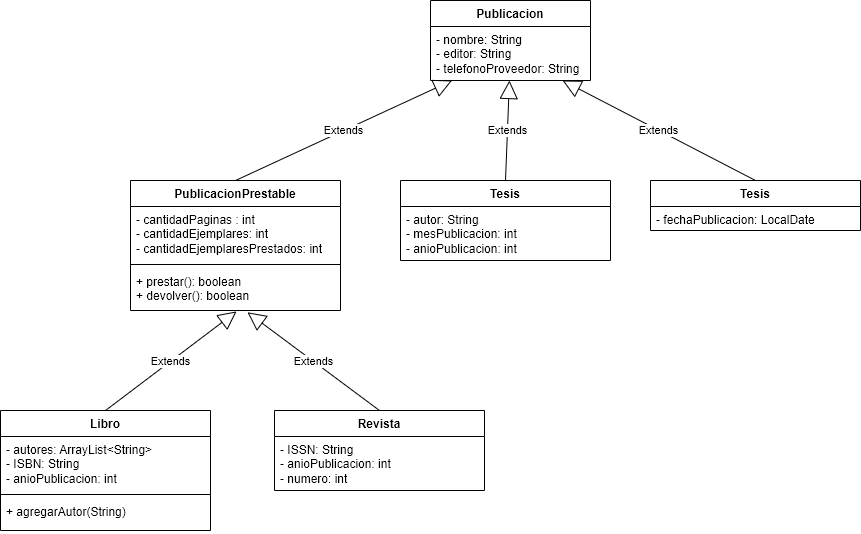
Before: src/ar/edu/unlu/poo/tp2/ej8/ej8DiagClasesUML.png, a diagram exported from draw.io (egreric/UNLu-POO-TP2). Source tidied: cells renumbered, new cells last; positions are measured from the earlier drawing's top-left corner, leaving out a move shared by most shapes.
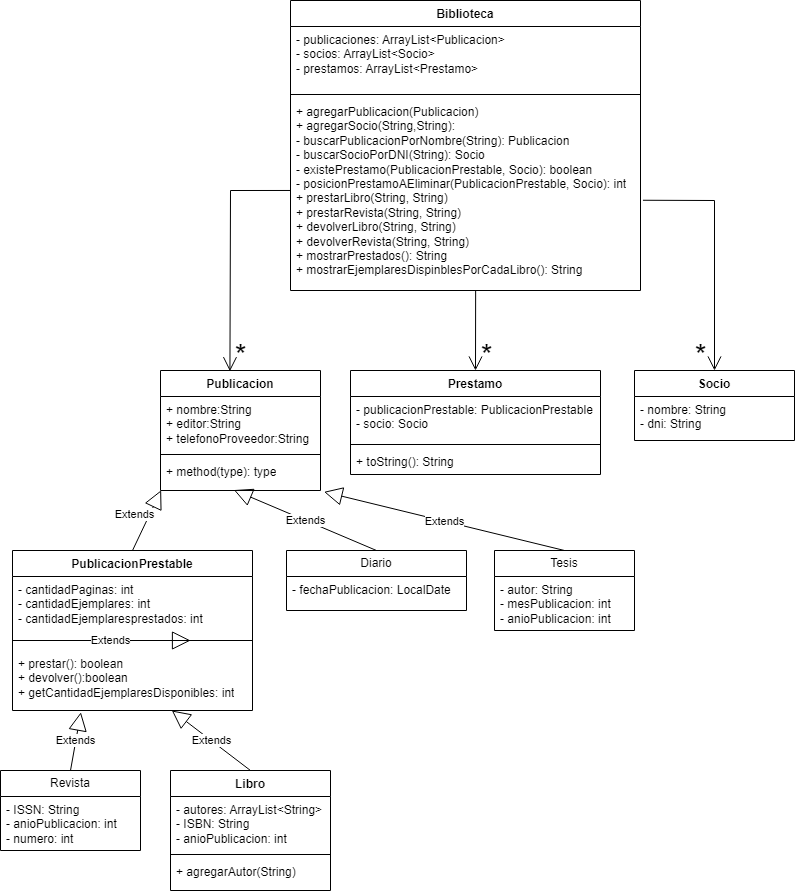
The same file after the commit.

Diff of the diagram source:
```diff
@@ -1,69 +1,137 @@
-<mxGraphModel>
+<mxGraphModel background="#ffffff">
   <root>
     <mxCell id="0" />
     <mxCell id="1" parent="0" />
+    <mxCell id="23" value="Biblioteca" style="swimlane;fontStyle=1;align=center;verticalAlign=top;horizontal=1;startSize=26;whiteSpace=wrap;html=1;" parent="1" vertex="1">
+      <mxGeometry x="90" y="-40" width="350" height="290" as="geometry" />
+    </mxCell>
+    <mxCell id="24" value="- publicaciones: ArrayList&amp;lt;Publicacion&amp;gt;&amp;nbsp;&lt;br&gt;- socios: ArrayList&amp;lt;Socio&amp;gt;&lt;br&gt;- prestamos: ArrayList&amp;lt;Prestamo&amp;gt;" style="text;strokeColor=none;fillColor=none;align=left;verticalAlign=top;spacingLeft=4;spacingRight=4;overflow=hidden;whiteSpace=wrap;html=1;" parent="23" vertex="1">
+      <mxGeometry y="26" width="350" height="64" as="geometry" />
+    </mxCell>
+    <mxCell id="25" style="line;strokeWidth=1;fillColor=none;align=left;verticalAlign=middle;spacingTop=-1;spacingLeft=3;spacingRight=3;labelPosition=right;strokeColor=inherit;" parent="23" vertex="1">
+      <mxGeometry y="90" width="350" height="8" as="geometry" />
+    </mxCell>
+    <mxCell id="26" value="+ agregarPublicacion(Publicacion)&lt;br&gt;+ agregarSocio(String,String):&lt;br&gt;- buscarPublicacionPorNombre(String): Publicacion&lt;br&gt;- buscarSocioPorDNI(String): Socio&lt;br&gt;- existePrestamo(PublicacionPrestable, Socio): boolean&lt;br&gt;- posicionPrestamoAEliminar(PublicacionPrestable, Socio): int&lt;br&gt;+ prestarLibro(String, String)&lt;br&gt;+ prestarRevista(String, String)&lt;br&gt;+ devolverLibro(String, String)&lt;br&gt;+ devolverRevista(String, String)&lt;br&gt;+ mostrarPrestados(): String&lt;br&gt;+ mostrarEjemplaresDispinblesPorCadaLibro(): String&lt;br&gt;" style="text;strokeColor=none;fillColor=none;align=left;verticalAlign=top;spacingLeft=4;spacingRight=4;overflow=hidden;points=[[0,0.5],[1,0.5]];portConstraint=eastwest;whiteSpace=wrap;html=1;" parent="23" vertex="1">
+      <mxGeometry y="98" width="350" height="192" as="geometry" />
+    </mxCell>
+    <mxCell id="4" value="PublicacionPrestable" style="swimlane;fontStyle=1;align=center;verticalAlign=top;horizontal=1;startSize=26;whiteSpace=wrap;html=1;" parent="1" vertex="1">
+      <mxGeometry x="-188" y="510" width="240" height="160" as="geometry" />
+    </mxCell>
+    <mxCell id="27" value="- cantidadPaginas: int&lt;br&gt;- cantidadEjemplares: int&lt;br&gt;- cantidadEjemplaresprestados: int" style="text;strokeColor=none;fillColor=none;align=left;verticalAlign=top;spacingLeft=4;spacingRight=4;overflow=hidden;whiteSpace=wrap;html=1;" parent="4" vertex="1">
+      <mxGeometry y="26" width="240" height="54" as="geometry" />
+    </mxCell>
+    <mxCell id="28" style="line;strokeWidth=1;fillColor=none;align=left;verticalAlign=middle;spacingTop=-1;spacingLeft=3;spacingRight=3;labelPosition=right;strokeColor=inherit;" parent="4" vertex="1">
+      <mxGeometry y="80" width="240" height="20" as="geometry" />
+    </mxCell>
+    <mxCell id="29" value="+ prestar(): boolean&lt;br&gt;+ devolver():boolean&lt;br&gt;+ getCantidadEjemplaresDisponibles: int" style="text;strokeColor=none;fillColor=none;align=left;verticalAlign=top;spacingLeft=4;spacingRight=4;overflow=hidden;points=[[0,0.5],[1,0.5]];portConstraint=eastwest;whiteSpace=wrap;html=1;" parent="4" vertex="1">
+      <mxGeometry y="100" width="240" height="60" as="geometry" />
+    </mxCell>
     <mxCell id="2" value="Publicacion" style="swimlane;fontStyle=1;align=center;verticalAlign=top;horizontal=1;startSize=26;whiteSpace=wrap;html=1;" parent="1" vertex="1">
-      <mxGeometry x="430" width="160" height="80" as="geometry" />
+      <mxGeometry x="-40" y="330" width="160" height="120" as="geometry" />
     </mxCell>
-    <mxCell id="3" value="- nombre: String&lt;br&gt;- editor: String&lt;br&gt;- telefonoProveedor: String" style="text;strokeColor=none;fillColor=none;align=left;verticalAlign=top;spacingLeft=4;spacingRight=4;overflow=hidden;points=[[0,0.5],[1,0.5]];portConstraint=eastwest;whiteSpace=wrap;html=1;" parent="2" vertex="1">
-      <mxGeometry y="26" width="160" height="54" as="geometry" />
-    </mxCell>
-    <mxCell id="4" value="PublicacionPrestable" style="swimlane;fontStyle=1;align=center;verticalAlign=top;horizontal=1;startSize=26;whiteSpace=wrap;html=1;" parent="1" vertex="1">
-      <mxGeometry x="130" y="180" width="210" height="130" as="geometry" />
-    </mxCell>
-    <mxCell id="5" value="- cantidadPaginas : int&lt;br&gt;- cantidadEjemplares: int&lt;br&gt;- cantidadEjemplaresPrestados: int" style="text;strokeColor=none;fillColor=none;align=left;verticalAlign=top;spacingLeft=4;spacingRight=4;overflow=hidden;whiteSpace=wrap;html=1;" parent="4" vertex="1">
-      <mxGeometry y="26" width="210" height="54" as="geometry" />
-    </mxCell>
-    <mxCell id="6" style="line;strokeWidth=1;fillColor=none;align=left;verticalAlign=middle;spacingTop=-1;spacingLeft=3;spacingRight=3;labelPosition=right;strokeColor=inherit;" parent="4" vertex="1">
-      <mxGeometry y="80" width="210" height="8" as="geometry" />
-    </mxCell>
-    <mxCell id="7" value="+ prestar(): boolean&lt;br&gt;+ devolver(): boolean" style="text;strokeColor=none;fillColor=none;align=left;verticalAlign=top;spacingLeft=4;spacingRight=4;overflow=hidden;points=[[0,0.5],[1,0.5]];portConstraint=eastwest;whiteSpace=wrap;html=1;" parent="4" vertex="1">
-      <mxGeometry y="88" width="210" height="42" as="geometry" />
-    </mxCell>
-    <mxCell id="8" value="Extends" style="endArrow=block;endSize=16;endFill=0;html=1;rounded=0;exitX=0.5;exitY=0;exitDx=0;exitDy=0;" parent="1" edge="1" source="4" target="3">
-      <mxGeometry relative="1" as="geometry" />
-    </mxCell>
+    <mxCell id="30" value="+ nombre:String&lt;br&gt;+ editor:String&lt;br&gt;+ telefonoProveedor:String" style="text;strokeColor=none;fillColor=none;align=left;verticalAlign=top;spacingLeft=4;spacingRight=4;overflow=hidden;whiteSpace=wrap;html=1;" parent="2" vertex="1">
+      <mxGeometry y="26" width="160" height="54" as="geometry" />
+    </mxCell>
+    <mxCell id="31" style="line;strokeWidth=1;fillColor=none;align=left;verticalAlign=middle;spacingTop=-1;spacingLeft=3;spacingRight=3;labelPosition=right;strokeColor=inherit;" parent="2" vertex="1">
+      <mxGeometry y="80" width="160" height="8" as="geometry" />
+    </mxCell>
+    <mxCell id="32" value="+ method(type): type" style="text;strokeColor=none;fillColor=none;align=left;verticalAlign=top;spacingLeft=4;spacingRight=4;overflow=hidden;points=[[0,0.5],[1,0.5]];portConstraint=eastwest;whiteSpace=wrap;html=1;" parent="2" vertex="1">
+      <mxGeometry y="88" width="160" height="32" as="geometry" />
+    </mxCell>
+    <mxCell id="33" value="Extends" style="endArrow=block;endSize=16;endFill=0;html=1;rounded=0;exitX=0.5;exitY=0;exitDx=0;exitDy=0;entryX=0.004;entryY=0.992;entryDx=0;entryDy=0;entryPerimeter=0;" parent="1" edge="1" source="4" target="32">
+      <mxGeometry x="-0.01" y="14" relative="1" as="geometry" />
+    </mxCell>
+    <mxCell id="14" value="Revista" style="swimlane;fontStyle=0;horizontal=1;startSize=26;fillColor=none;whiteSpace=wrap;html=1;" parent="1" vertex="1">
+      <mxGeometry x="-200" y="730" width="140" height="80" as="geometry" />
+    </mxCell>
+    <mxCell id="15" value="- ISSN: String&lt;br&gt;- anioPublicacion: int&lt;br&gt;- numero: int" style="text;strokeColor=none;fillColor=none;align=left;verticalAlign=top;spacingLeft=4;spacingRight=4;overflow=hidden;whiteSpace=wrap;html=1;" parent="14" vertex="1">
+      <mxGeometry y="26" width="140" height="54" as="geometry" />
+    </mxCell>
+    <mxCell id="34" value="Tesis" style="swimlane;fontStyle=0;horizontal=1;startSize=26;fillColor=none;whiteSpace=wrap;html=1;" parent="1" vertex="1">
+      <mxGeometry x="294" y="510" width="140" height="80" as="geometry" />
+    </mxCell>
+    <mxCell id="18" value="- autor: String&lt;br&gt;- mesPublicacion: int&lt;br&gt;- anioPublicacion: int" style="text;strokeColor=none;fillColor=none;align=left;verticalAlign=top;spacingLeft=4;spacingRight=4;overflow=hidden;whiteSpace=wrap;html=1;" parent="34" vertex="1">
+      <mxGeometry y="26" width="140" height="54" as="geometry" />
+    </mxCell>
+    <mxCell id="35" value="Extends" style="endArrow=block;endSize=16;endFill=0;html=1;rounded=0;exitX=0.5;exitY=0;exitDx=0;exitDy=0;entryX=1.022;entryY=1.042;entryDx=0;entryDy=0;entryPerimeter=0;" parent="1" edge="1" source="34" target="32">
+      <mxGeometry relative="1" as="geometry" />
+    </mxCell>
+    <mxCell id="36" value="Diario" style="swimlane;fontStyle=0;horizontal=1;startSize=26;fillColor=none;whiteSpace=wrap;html=1;" parent="1" vertex="1">
+      <mxGeometry x="86" y="510" width="180" height="60" as="geometry" />
+    </mxCell>
+    <mxCell id="20" value="- fechaPublicacion: LocalDate" style="text;strokeColor=none;fillColor=none;align=left;verticalAlign=top;spacingLeft=4;spacingRight=4;overflow=hidden;whiteSpace=wrap;html=1;" parent="36" vertex="1">
+      <mxGeometry y="26" width="180" height="34" as="geometry" />
+    </mxCell>
+    <mxCell id="37" value="Extends" style="endArrow=block;endSize=16;endFill=0;html=1;rounded=0;exitX=0.5;exitY=0;exitDx=0;exitDy=0;entryX=0.459;entryY=0.986;entryDx=0;entryDy=0;entryPerimeter=0;" parent="1" edge="1" source="36" target="32">
+      <mxGeometry relative="1" as="geometry" />
+    </mxCell>
     <mxCell id="9" value="Libro" style="swimlane;fontStyle=1;align=center;verticalAlign=top;horizontal=1;startSize=26;whiteSpace=wrap;html=1;" parent="1" vertex="1">
-      <mxGeometry y="410" width="210" height="120" as="geometry" />
+      <mxGeometry x="-30" y="730" width="160" height="120" as="geometry" />
     </mxCell>
     <mxCell id="10" value="- autores: ArrayList&amp;lt;String&amp;gt;&lt;br&gt;- ISBN: String&lt;br&gt;- anioPublicacion: int" style="text;strokeColor=none;fillColor=none;align=left;verticalAlign=top;spacingLeft=4;spacingRight=4;overflow=hidden;whiteSpace=wrap;html=1;" parent="9" vertex="1">
-      <mxGeometry y="26" width="210" height="54" as="geometry" />
+      <mxGeometry y="26" width="160" height="54" as="geometry" />
     </mxCell>
-    <mxCell id="11" style="line;strokeWidth=1;fillColor=none;align=left;verticalAlign=middle;spacingTop=-1;spacingLeft=3;spacingRight=3;labelPosition=right;strokeColor=inherit;" parent="9" vertex="1">
-      <mxGeometry y="80" width="210" height="8" as="geometry" />
-    </mxCell>
+    <mxCell id="38" style="line;strokeWidth=1;fillColor=none;align=left;verticalAlign=middle;spacingTop=-1;spacingLeft=3;spacingRight=3;labelPosition=right;strokeColor=inherit;" parent="9" vertex="1">
+      <mxGeometry y="80" width="160" height="8" as="geometry" />
+    </mxCell>
     <mxCell id="12" value="+ agregarAutor(String)" style="text;strokeColor=none;fillColor=none;align=left;verticalAlign=top;spacingLeft=4;spacingRight=4;overflow=hidden;whiteSpace=wrap;html=1;" parent="9" vertex="1">
-      <mxGeometry y="88" width="210" height="32" as="geometry" />
+      <mxGeometry y="88" width="160" height="32" as="geometry" />
     </mxCell>
-    <mxCell id="13" value="Extends" style="endArrow=block;endSize=16;endFill=0;html=1;rounded=0;exitX=0.5;exitY=0;exitDx=0;exitDy=0;entryX=0.505;entryY=1.022;entryDx=0;entryDy=0;entryPerimeter=0;" parent="1" edge="1" source="9" target="7">
-      <mxGeometry relative="1" as="geometry" />
-    </mxCell>
-    <mxCell id="14" value="Revista" style="swimlane;fontStyle=1;align=center;verticalAlign=top;horizontal=1;startSize=26;whiteSpace=wrap;html=1;" parent="1" vertex="1">
-      <mxGeometry x="274" y="410" width="210" height="80" as="geometry" />
-    </mxCell>
-    <mxCell id="15" value="- ISSN: String&lt;br&gt;- anioPublicacion: int&lt;br&gt;- numero: int" style="text;strokeColor=none;fillColor=none;align=left;verticalAlign=top;spacingLeft=4;spacingRight=4;overflow=hidden;whiteSpace=wrap;html=1;" parent="14" vertex="1">
-      <mxGeometry y="26" width="210" height="54" as="geometry" />
-    </mxCell>
-    <mxCell id="16" value="Extends" style="endArrow=block;endSize=16;endFill=0;html=1;rounded=0;exitX=0.5;exitY=0;exitDx=0;exitDy=0;entryX=0.557;entryY=1.043;entryDx=0;entryDy=0;entryPerimeter=0;" parent="1" edge="1" source="14" target="7">
-      <mxGeometry relative="1" as="geometry" />
-    </mxCell>
-    <mxCell id="17" value="Tesis" style="swimlane;fontStyle=1;align=center;verticalAlign=top;horizontal=1;startSize=26;whiteSpace=wrap;html=1;" parent="1" vertex="1">
-      <mxGeometry x="400" y="180" width="210" height="80" as="geometry" />
-    </mxCell>
-    <mxCell id="18" value="- autor: String&lt;br&gt;- mesPublicacion: int&lt;br&gt;- anioPublicacion: int" style="text;strokeColor=none;fillColor=none;align=left;verticalAlign=top;spacingLeft=4;spacingRight=4;overflow=hidden;whiteSpace=wrap;html=1;" parent="17" vertex="1">
-      <mxGeometry y="26" width="210" height="54" as="geometry" />
-    </mxCell>
-    <mxCell id="19" value="Tesis" style="swimlane;fontStyle=1;align=center;verticalAlign=top;horizontal=1;startSize=26;whiteSpace=wrap;html=1;" parent="1" vertex="1">
-      <mxGeometry x="650" y="180" width="210" height="50" as="geometry" />
-    </mxCell>
-    <mxCell id="20" value="- fechaPublicacion: LocalDate" style="text;strokeColor=none;fillColor=none;align=left;verticalAlign=top;spacingLeft=4;spacingRight=4;overflow=hidden;whiteSpace=wrap;html=1;" parent="19" vertex="1">
-      <mxGeometry y="26" width="210" height="24" as="geometry" />
-    </mxCell>
-    <mxCell id="21" value="Extends" style="endArrow=block;endSize=16;endFill=0;html=1;rounded=0;exitX=0.5;exitY=0;exitDx=0;exitDy=0;" parent="1" edge="1" source="17" target="3">
-      <mxGeometry relative="1" as="geometry" />
-    </mxCell>
-    <mxCell id="22" value="Extends" style="endArrow=block;endSize=16;endFill=0;html=1;rounded=0;exitX=0.5;exitY=0;exitDx=0;exitDy=0;" parent="1" edge="1" source="19" target="3">
-      <mxGeometry relative="1" as="geometry" />
-    </mxCell>
+    <mxCell id="39" value="Extends" style="endArrow=block;endSize=16;endFill=0;html=1;rounded=0;" parent="1" edge="1">
+      <mxGeometry relative="1" as="geometry">
+        <mxPoint x="-170" y="600" as="sourcePoint" />
+        <mxPoint x="-10" y="600" as="targetPoint" />
+      </mxGeometry>
+    </mxCell>
+    <mxCell id="40" value="Extends" style="endArrow=block;endSize=16;endFill=0;html=1;rounded=0;exitX=0.5;exitY=0;exitDx=0;exitDy=0;entryX=0.285;entryY=1.03;entryDx=0;entryDy=0;entryPerimeter=0;" parent="1" edge="1" source="14" target="29">
+      <mxGeometry relative="1" as="geometry" />
+    </mxCell>
+    <mxCell id="41" value="Extends" style="endArrow=block;endSize=16;endFill=0;html=1;rounded=0;exitX=0.5;exitY=0;exitDx=0;exitDy=0;" parent="1" edge="1" source="9" target="29">
+      <mxGeometry relative="1" as="geometry" />
+    </mxCell>
+    <mxCell id="42" value="Prestamo" style="swimlane;fontStyle=1;align=center;verticalAlign=top;horizontal=1;startSize=26;whiteSpace=wrap;html=1;" parent="1" vertex="1">
+      <mxGeometry x="150" y="330" width="250" height="104" as="geometry" />
+    </mxCell>
+    <mxCell id="43" value="- publicacionPrestable: PublicacionPrestable&lt;br&gt;- socio: Socio" style="text;strokeColor=none;fillColor=none;align=left;verticalAlign=top;spacingLeft=4;spacingRight=4;overflow=hidden;whiteSpace=wrap;html=1;" parent="42" vertex="1">
+      <mxGeometry y="26" width="250" height="44" as="geometry" />
+    </mxCell>
+    <mxCell id="44" style="line;strokeWidth=1;fillColor=none;align=left;verticalAlign=middle;spacingTop=-1;spacingLeft=3;spacingRight=3;labelPosition=right;strokeColor=inherit;" parent="42" vertex="1">
+      <mxGeometry y="70" width="250" height="8" as="geometry" />
+    </mxCell>
+    <mxCell id="45" value="+ toString(): String" style="text;strokeColor=none;fillColor=none;align=left;verticalAlign=top;spacingLeft=4;spacingRight=4;overflow=hidden;whiteSpace=wrap;html=1;" parent="42" vertex="1">
+      <mxGeometry y="78" width="250" height="26" as="geometry" />
+    </mxCell>
+    <mxCell id="46" value="Socio" style="swimlane;fontStyle=1;align=center;verticalAlign=top;horizontal=1;startSize=26;whiteSpace=wrap;html=1;" parent="1" vertex="1">
+      <mxGeometry x="434" y="330" width="160" height="70" as="geometry" />
+    </mxCell>
+    <mxCell id="47" value="- nombre: String&lt;br&gt;- dni: String" style="text;strokeColor=none;fillColor=none;align=left;verticalAlign=top;spacingLeft=4;spacingRight=4;overflow=hidden;whiteSpace=wrap;html=1;" parent="46" vertex="1">
+      <mxGeometry y="26" width="160" height="44" as="geometry" />
+    </mxCell>
+    <mxCell id="48" value="*" style="text;html=1;align=center;verticalAlign=middle;strokeColor=none;fillColor=none;strokeWidth=5;fontSize=30;" parent="1" vertex="1">
+      <mxGeometry x="20" y="290" width="40" height="50" as="geometry" />
+    </mxCell>
+    <mxCell id="49" style="endArrow=open;endFill=1;endSize=12;html=1;rounded=0;exitX=0.529;exitY=0.998;exitDx=0;exitDy=0;exitPerimeter=0;entryX=0.5;entryY=0;entryDx=0;entryDy=0;" parent="1" edge="1" source="26" target="42">
+      <mxGeometry relative="1" as="geometry" />
+    </mxCell>
+    <mxCell id="50" style="endArrow=open;endFill=1;endSize=12;html=1;rounded=0;exitX=-0.001;exitY=0.479;exitDx=0;exitDy=0;exitPerimeter=0;entryX=0.434;entryY=0.006;entryDx=0;entryDy=0;entryPerimeter=0;" parent="1" edge="1" source="26" target="2">
+      <mxGeometry relative="1" as="geometry">
+        <Array as="points">
+          <mxPoint x="30" y="150" />
+        </Array>
+      </mxGeometry>
+    </mxCell>
+    <mxCell id="51" value="*" style="text;html=1;align=center;verticalAlign=middle;strokeColor=none;fillColor=none;strokeWidth=5;fontSize=30;" parent="1" vertex="1">
+      <mxGeometry x="266" y="290" width="40" height="50" as="geometry" />
+    </mxCell>
+    <mxCell id="52" style="endArrow=open;endFill=1;endSize=12;html=1;rounded=0;entryX=0.5;entryY=0;entryDx=0;entryDy=0;exitX=1.007;exitY=0.53;exitDx=0;exitDy=0;exitPerimeter=0;" parent="1" edge="1" source="26" target="46">
+      <mxGeometry relative="1" as="geometry">
+        <Array as="points">
+          <mxPoint x="514" y="160" />
+        </Array>
+      </mxGeometry>
+    </mxCell>
+    <mxCell id="53" value="*" style="text;html=1;align=center;verticalAlign=middle;strokeColor=none;fillColor=none;strokeWidth=5;fontSize=30;" parent="1" vertex="1">
+      <mxGeometry x="480" y="290" width="40" height="50" as="geometry" />
+    </mxCell>
   </root>
 </mxGraphModel>
```
